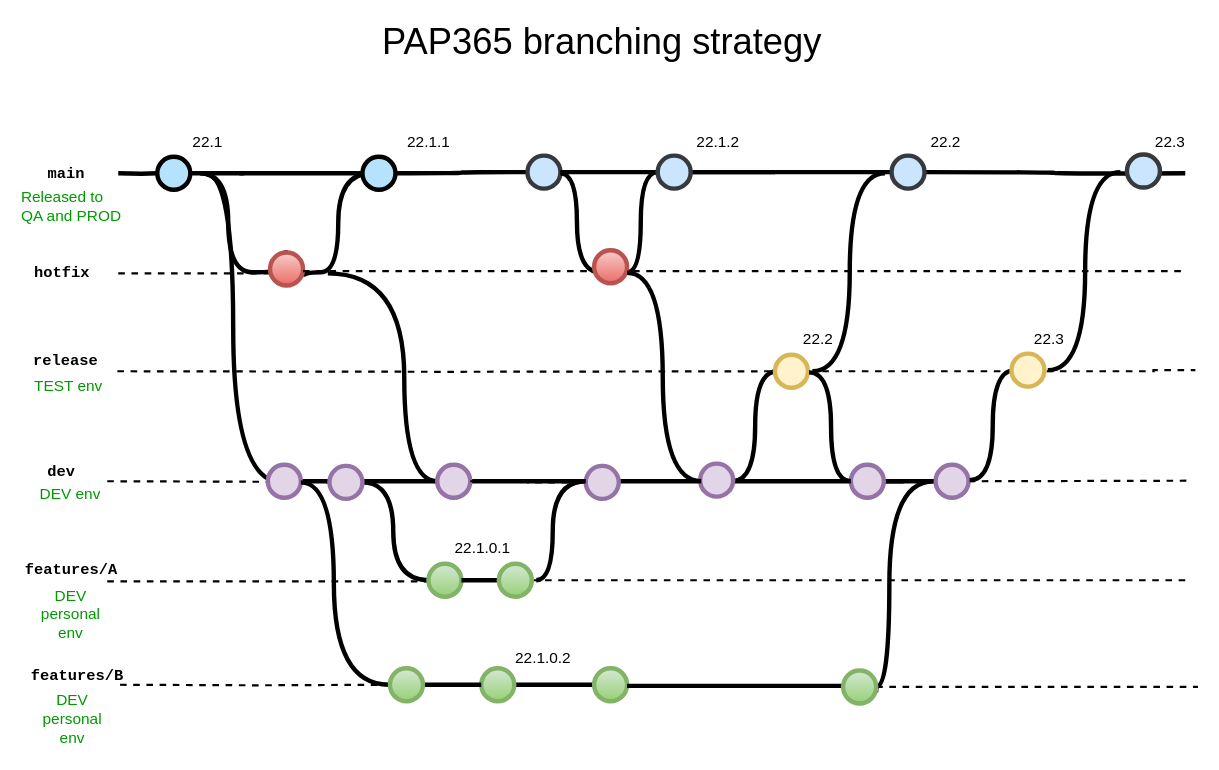
This is PAP365 branching strategy and pipeline diagram.drawio from pivko4life/workstuff, a draw.io file, before an edit. Source tidied: cells renumbered, new cells numbered last; positions are measured from the earlier drawing's top-left corner, leaving out a move shared by most shapes. Both pictures are drawn from the tidied source at 110%, with x=0, y=0 at pixel (19, 19).
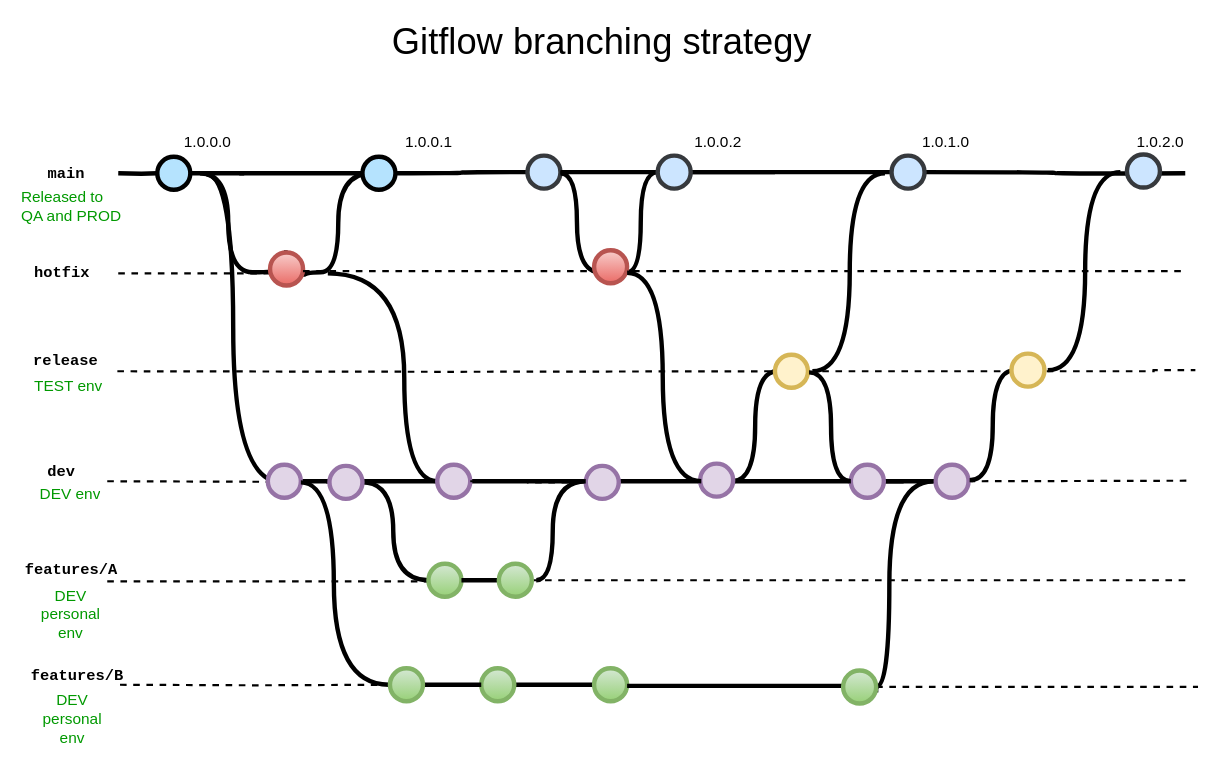
The same diagram, later.

The edit, as a diff of the source:
```diff
@@
-    <mxCell id="2" value="PAP365 branching strategy" style="text;html=1;strokeColor=none;fillColor=none;align=center;verticalAlign=middle;whiteSpace=wrap;rounded=0;fontSize=33;fontColor=#000000;" parent="1" vertex="1">
+    <mxCell id="2" value="Gitflow branching strategy" style="text;html=1;strokeColor=none;fillColor=none;align=center;verticalAlign=middle;whiteSpace=wrap;rounded=0;fontSize=33;fontColor=#000000;" parent="1" vertex="1">
       <mxGeometry x="135" width="790" height="40" as="geometry" />
     </mxCell>
@@
-    <mxCell id="13" value="22.1" style="text;html=1;strokeColor=none;fillColor=none;align=center;verticalAlign=middle;whiteSpace=wrap;overflow=hidden;fontSize=14;" parent="1" vertex="1">
+    <mxCell id="13" value="1.0.0.0" style="text;html=1;strokeColor=none;fillColor=none;align=center;verticalAlign=middle;whiteSpace=wrap;overflow=hidden;fontSize=14;" parent="1" vertex="1">
       <mxGeometry x="125.5" y="101" width="91" height="20" as="geometry" />
     </mxCell>
@@
-    <mxCell id="15" value="22.1.2" style="text;html=1;strokeColor=none;fillColor=none;align=center;verticalAlign=middle;whiteSpace=wrap;overflow=hidden;fontSize=14;" parent="1" vertex="1">
+    <mxCell id="15" value="1.0.0.2" style="text;html=1;strokeColor=none;fillColor=none;align=center;verticalAlign=middle;whiteSpace=wrap;overflow=hidden;fontSize=14;" parent="1" vertex="1">
       <mxGeometry x="609.4" y="101" width="52.6" height="20" as="geometry" />
     </mxCell>
@@
-    <mxCell id="18" value="22.1.1" style="text;html=1;strokeColor=none;fillColor=none;align=center;verticalAlign=middle;whiteSpace=wrap;overflow=hidden;fontSize=14;" parent="1" vertex="1">
+    <mxCell id="18" value="1.0.0.1" style="text;html=1;strokeColor=none;fillColor=none;align=center;verticalAlign=middle;whiteSpace=wrap;overflow=hidden;fontSize=14;" parent="1" vertex="1">
       <mxGeometry x="342" y="101" width="60.5" height="20" as="geometry" />
     </mxCell>
@@
-    <mxCell id="75" value="22.2" style="text;html=1;strokeColor=none;fillColor=none;align=center;verticalAlign=middle;whiteSpace=wrap;overflow=hidden;fontSize=14;" parent="1" vertex="1">
+    <mxCell id="75" value="1.0.1.0" style="text;html=1;strokeColor=none;fillColor=none;align=center;verticalAlign=middle;whiteSpace=wrap;overflow=hidden;fontSize=14;" parent="1" vertex="1">
       <mxGeometry x="816" y="101" width="52.6" height="20" as="geometry" />
     </mxCell>
-    <mxCell id="76" value="22.2" style="text;html=1;strokeColor=none;fillColor=none;align=center;verticalAlign=middle;whiteSpace=wrap;overflow=hidden;fontSize=14;" parent="1" vertex="1">
-      <mxGeometry x="700" y="280" width="52.6" height="20" as="geometry" />
-    </mxCell>
-    <mxCell id="77" value="22.1.0.1" style="text;html=1;strokeColor=none;fillColor=none;align=center;verticalAlign=middle;whiteSpace=wrap;overflow=hidden;fontSize=14;" parent="1" vertex="1">
-      <mxGeometry x="383.4" y="470" width="76.6" height="20" as="geometry" />
-    </mxCell>
-    <mxCell id="78" value="22.1.0.2" style="text;html=1;strokeColor=none;fillColor=none;align=center;verticalAlign=middle;whiteSpace=wrap;overflow=hidden;fontSize=14;" parent="1" vertex="1">
-      <mxGeometry x="438.4" y="570" width="76.6" height="20" as="geometry" />
-    </mxCell>
@@
-    <mxCell id="83" value="22.3" style="text;html=1;strokeColor=none;fillColor=none;align=center;verticalAlign=middle;whiteSpace=wrap;overflow=hidden;fontSize=14;" parent="1" vertex="1">
-      <mxGeometry x="1020" y="101" width="52.6" height="20" as="geometry" />
+    <mxCell id="83" value="1.0.2.0" style="text;html=1;strokeColor=none;fillColor=none;align=center;verticalAlign=middle;whiteSpace=wrap;overflow=hidden;fontSize=14;" parent="1" vertex="1">
+      <mxGeometry x="1011" y="101" width="52.6" height="20" as="geometry" />
     </mxCell>
@@
-    <mxCell id="89" value="22.3" style="text;html=1;strokeColor=none;fillColor=none;align=center;verticalAlign=middle;whiteSpace=wrap;overflow=hidden;fontSize=14;" parent="1" vertex="1">
-      <mxGeometry x="910" y="280" width="52.6" height="20" as="geometry" />
-    </mxCell>
```
